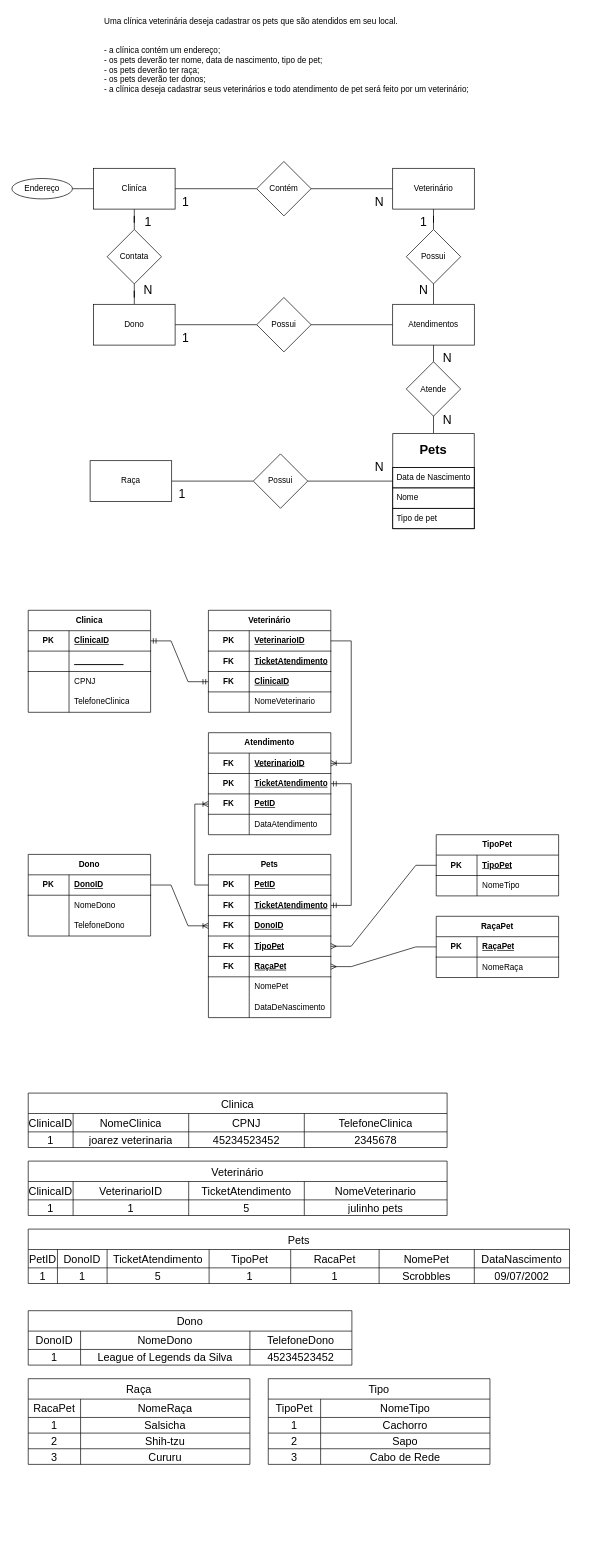
wenderdecastro/senai_sprint1_bd keeps this draw.io diagram as exercícios/1.3/1.3.drawio. Above is the earlier version. Source tidied: cells renumbered, new cells numbered last; positions are measured from the earlier drawing's top-left corner, leaving out a move shared by most shapes. Both pictures are drawn from the tidied source at 68%, with x=0, y=0 at pixel (-61, 12).
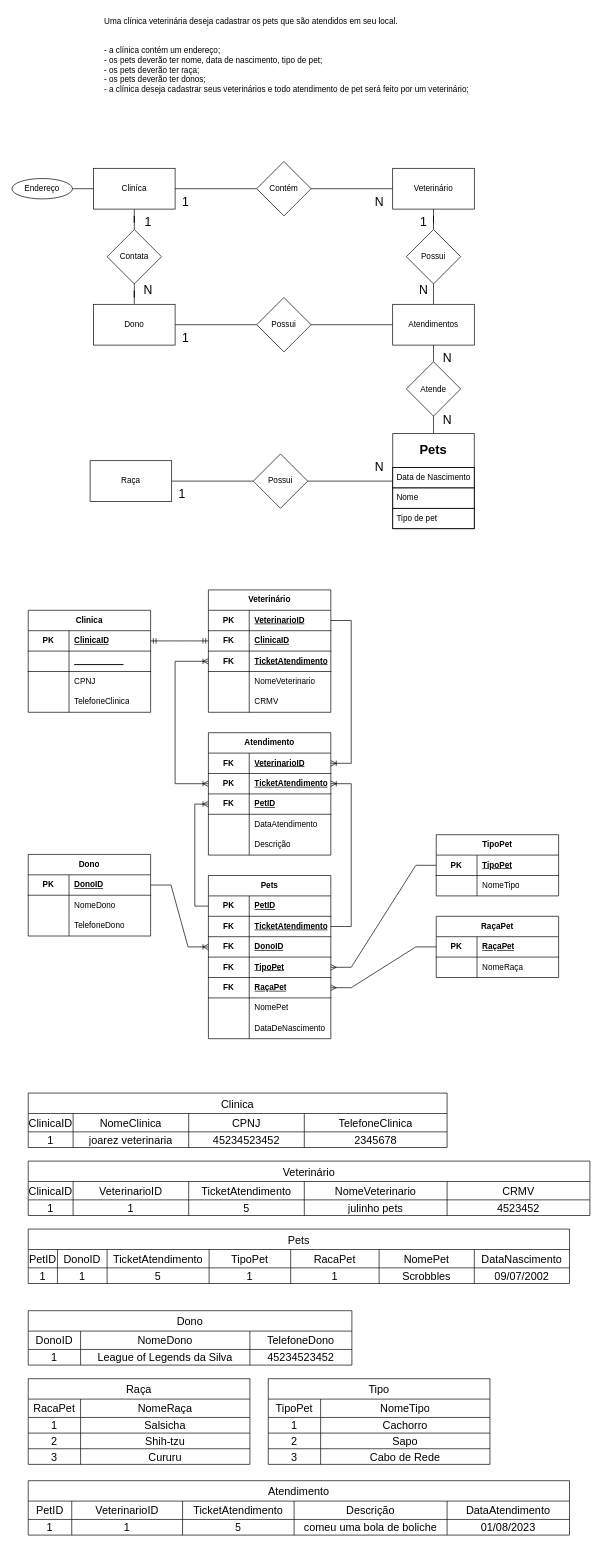
The same page after the edit.

Commit message:
Atividade finalizada

The change refers to these unchanged cells:
```xml
<mxCell id="78" style="shape=tableRow;horizontal=0;startSize=0;swimlaneHead=0;swimlaneBody=0;fillColor=none;points=[[0,0.5],[1,0.5]];portConstraint=eastwest;top=0;left=0;right=0;bottom=1;html=1;" parent="74" vertex="1">
  <mxGeometry y="60" width="180" height="30" as="geometry" />
</mxCell>
<mxCell id="118" style="shape=tableRow;horizontal=0;startSize=0;swimlaneHead=0;swimlaneBody=0;fillColor=none;points=[[0,0.5],[1,0.5]];portConstraint=eastwest;top=0;left=0;right=0;bottom=1;html=1;" parent="114" vertex="1">
  <mxGeometry y="60" width="180" height="30" as="geometry" />
</mxCell>
```

Diff of the diagram source:
```diff
@@
     <mxCell id="61" value="Veterinário" style="shape=table;startSize=30;childLayout=tableLayout;rowLines=0;fontStyle=1;align=center;html=1;whiteSpace=wrap;" parent="1" vertex="1">
-      <mxGeometry x="395" y="880" width="180" height="150" as="geometry" />
+      <mxGeometry x="395" y="850" width="180" height="180" as="geometry" />
     </mxCell>
@@
+    <mxCell id="68" style="shape=tableRow;horizontal=0;startSize=0;swimlaneHead=0;swimlaneBody=0;fillColor=none;points=[[0,0.5],[1,0.5]];portConstraint=eastwest;top=0;left=0;right=0;bottom=1;html=1;" parent="61" vertex="1">
+      <mxGeometry y="60" width="180" height="30" as="geometry" />
+    </mxCell>
+    <mxCell id="69" value="FK" style="shape=partialRectangle;fillColor=none;top=0;left=0;bottom=0;right=0;fontStyle=1;overflow=hidden;html=1;whiteSpace=wrap;" parent="68" vertex="1">
+      <mxGeometry width="60" height="30" as="geometry" />
+    </mxCell>
+    <mxCell id="70" value="ClinicaID" style="shape=partialRectangle;fillColor=none;top=0;left=0;bottom=0;right=0;align=left;spacingLeft=6;fontStyle=5;overflow=hidden;html=1;whiteSpace=wrap;" parent="68" vertex="1">
+      <mxGeometry x="60" width="120" height="30" as="geometry" />
+    </mxCell>
     <mxCell id="65" style="shape=tableRow;horizontal=0;startSize=0;swimlaneHead=0;swimlaneBody=0;fillColor=none;points=[[0,0.5],[1,0.5]];portConstraint=eastwest;top=0;left=0;right=0;bottom=1;html=1;" parent="61" vertex="1">
-      <mxGeometry y="60" width="180" height="30" as="geometry" />
+      <mxGeometry y="90" width="180" height="30" as="geometry" />
     </mxCell>
@@
-    <mxCell id="68" style="shape=tableRow;horizontal=0;startSize=0;swimlaneHead=0;swimlaneBody=0;fillColor=none;points=[[0,0.5],[1,0.5]];portConstraint=eastwest;top=0;left=0;right=0;bottom=1;html=1;" parent="61" vertex="1">
-      <mxGeometry y="90" width="180" height="30" as="geometry" />
-    </mxCell>
-    <mxCell id="69" value="FK" style="shape=partialRectangle;fillColor=none;top=0;left=0;bottom=0;right=0;fontStyle=1;overflow=hidden;html=1;whiteSpace=wrap;" parent="68" vertex="1">
-      <mxGeometry width="60" height="30" as="geometry" />
-    </mxCell>
-    <mxCell id="70" value="ClinicaID" style="shape=partialRectangle;fillColor=none;top=0;left=0;bottom=0;right=0;align=left;spacingLeft=6;fontStyle=5;overflow=hidden;html=1;whiteSpace=wrap;" parent="68" vertex="1">
-      <mxGeometry x="60" width="120" height="30" as="geometry" />
-    </mxCell>
@@
+    <mxCell id="209" style="shape=tableRow;horizontal=0;startSize=0;swimlaneHead=0;swimlaneBody=0;fillColor=none;top=0;left=0;right=0;bottom=0;html=1;" parent="61" vertex="1">
+      <mxGeometry y="150" width="180" height="30" as="geometry" />
+    </mxCell>
+    <mxCell id="210" style="shape=partialRectangle;fillColor=none;top=0;left=0;bottom=0;right=0;overflow=hidden;html=1;whiteSpace=wrap;" parent="209" vertex="1">
+      <mxGeometry width="60" height="30" as="geometry" />
+    </mxCell>
+    <mxCell id="211" value="CRMV" style="shape=partialRectangle;fillColor=none;top=0;left=0;bottom=0;right=0;align=left;spacingLeft=6;overflow=hidden;html=1;whiteSpace=wrap;" parent="209" vertex="1">
+      <mxGeometry x="60" width="120" height="30" as="geometry" />
+    </mxCell>
     <mxCell id="74" value="Pets" style="shape=table;startSize=30;childLayout=tableLayout;rowLines=0;fontStyle=1;align=center;html=1;whiteSpace=wrap;" parent="1" vertex="1">
-      <mxGeometry x="395" y="1239" width="180" height="240" as="geometry" />
+      <mxGeometry x="395" y="1270" width="180" height="240" as="geometry" />
     </mxCell>
@@
     <mxCell id="114" value="Atendimento" style="shape=table;startSize=30;childLayout=tableLayout;rowLines=0;fontStyle=1;align=center;html=1;whiteSpace=wrap;" parent="1" vertex="1">
-      <mxGeometry x="395" y="1060" width="180" height="150" as="geometry" />
+      <mxGeometry x="395" y="1060" width="180" height="180" as="geometry" />
     </mxCell>
@@
+    <mxCell id="212" style="shape=tableRow;horizontal=0;startSize=0;swimlaneHead=0;swimlaneBody=0;fillColor=none;top=0;left=0;right=0;bottom=0;html=1;" parent="114" vertex="1">
+      <mxGeometry y="150" width="180" height="30" as="geometry" />
+    </mxCell>
+    <mxCell id="213" style="shape=partialRectangle;fillColor=none;top=0;left=0;bottom=0;right=0;overflow=hidden;html=1;whiteSpace=wrap;" parent="212" vertex="1">
+      <mxGeometry width="60" height="30" as="geometry" />
+    </mxCell>
+    <mxCell id="214" value="Descrição" style="shape=partialRectangle;fillColor=none;top=0;left=0;bottom=0;right=0;align=left;spacingLeft=6;overflow=hidden;html=1;whiteSpace=wrap;" parent="212" vertex="1">
+      <mxGeometry x="60" width="120" height="30" as="geometry" />
+    </mxCell>
-    <mxCell id="127" style="edgeStyle=entityRelationEdgeStyle;fontSize=12;html=1;endArrow=ERmandOne;startArrow=ERmandOne;rounded=0;" parent="1" edge="1" source="78" target="118">
+    <mxCell id="127" style="edgeStyle=entityRelationEdgeStyle;fontSize=12;html=1;endArrow=ERoneToMany;startArrow=none;rounded=0;endFill=0;startFill=0;" parent="1" edge="1" source="78" target="118">
       <mxGeometry relative="1" as="geometry" />
     </mxCell>
@@
     <mxCell id="141" value="Veterinário" style="shape=table;startSize=30;childLayout=tableLayout;strokeColor=default;fontSize=16;" parent="1" vertex="1">
-      <mxGeometry x="130" y="1690" width="616" height="80" as="geometry" />
+      <mxGeometry x="130" y="1690" width="826" height="80" as="geometry" />
     </mxCell>
     <mxCell id="142" style="shape=tableRow;horizontal=0;startSize=0;swimlaneHead=0;swimlaneBody=0;strokeColor=inherit;top=0;left=0;bottom=0;right=0;fillColor=none;fontSize=16;" parent="141" vertex="1">
-      <mxGeometry y="30" width="616" height="27" as="geometry" />
+      <mxGeometry y="30" width="826" height="27" as="geometry" />
     </mxCell>
@@
+    <mxCell id="215" value="CRMV" style="shape=partialRectangle;html=1;whiteSpace=wrap;strokeColor=inherit;overflow=hidden;fillColor=none;top=0;left=0;bottom=0;right=0;fontSize=16;" parent="142" vertex="1">
+      <mxGeometry x="616" width="210" height="27" as="geometry" />
+    </mxCell>
     <mxCell id="147" style="shape=tableRow;horizontal=0;startSize=0;swimlaneHead=0;swimlaneBody=0;strokeColor=inherit;top=0;left=0;bottom=0;right=0;fillColor=none;fontSize=16;" parent="141" vertex="1">
-      <mxGeometry y="57" width="616" height="23" as="geometry" />
+      <mxGeometry y="57" width="826" height="23" as="geometry" />
     </mxCell>
@@
+    <mxCell id="216" value="4523452" style="shape=partialRectangle;html=1;whiteSpace=wrap;strokeColor=inherit;overflow=hidden;fillColor=none;top=0;left=0;bottom=0;right=0;fontSize=16;" parent="147" vertex="1">
+      <mxGeometry x="616" width="210" height="23" as="geometry" />
+    </mxCell>
@@
+    <mxCell id="217" style="edgeStyle=none;html=1;exitX=0;exitY=0.5;exitDx=0;exitDy=0;entryX=0;entryY=0.5;entryDx=0;entryDy=0;fontColor=#FFFFFF;endArrow=ERoneToMany;endFill=0;rounded=0;startArrow=ERoneToMany;startFill=0;" parent="1" edge="1" source="118" target="65">
+      <mxGeometry relative="1" as="geometry">
+        <Array as="points">
+          <mxPoint x="346" y="1135" />
+          <mxPoint x="346" y="955" />
+        </Array>
+      </mxGeometry>
+    </mxCell>
+    <mxCell id="218" value="Atendimento" style="shape=table;startSize=30;childLayout=tableLayout;strokeColor=default;fontSize=16;" parent="1" vertex="1">
+      <mxGeometry x="130" y="2160" width="796" height="80" as="geometry" />
+    </mxCell>
+    <mxCell id="219" style="shape=tableRow;horizontal=0;startSize=0;swimlaneHead=0;swimlaneBody=0;strokeColor=inherit;top=0;left=0;bottom=0;right=0;fillColor=none;fontSize=16;" parent="218" vertex="1">
+      <mxGeometry y="30" width="796" height="27" as="geometry" />
+    </mxCell>
+    <mxCell id="220" value="PetID" style="shape=partialRectangle;html=1;whiteSpace=wrap;strokeColor=inherit;overflow=hidden;fillColor=none;top=0;left=0;bottom=0;right=0;fontSize=16;" parent="219" vertex="1">
+      <mxGeometry width="64" height="27" as="geometry" />
+    </mxCell>
+    <mxCell id="221" value="VeterinarioID" style="shape=partialRectangle;html=1;whiteSpace=wrap;strokeColor=inherit;overflow=hidden;fillColor=none;top=0;left=0;bottom=0;right=0;fontSize=16;" parent="219" vertex="1">
+      <mxGeometry x="64" width="163" height="27" as="geometry" />
+    </mxCell>
+    <mxCell id="222" value="TicketAtendimento" style="shape=partialRectangle;html=1;whiteSpace=wrap;strokeColor=inherit;overflow=hidden;fillColor=none;top=0;left=0;bottom=0;right=0;fontSize=16;" parent="219" vertex="1">
+      <mxGeometry x="227" width="164" height="27" as="geometry" />
+    </mxCell>
+    <mxCell id="223" value="Descrição" style="shape=partialRectangle;html=1;whiteSpace=wrap;strokeColor=inherit;overflow=hidden;fillColor=none;top=0;left=0;bottom=0;right=0;fontSize=16;" parent="219" vertex="1">
+      <mxGeometry x="391" width="225" height="27" as="geometry" />
+    </mxCell>
+    <mxCell id="224" value="DataAtendimento" style="shape=partialRectangle;html=1;whiteSpace=wrap;strokeColor=inherit;overflow=hidden;fillColor=none;top=0;left=0;bottom=0;right=0;fontSize=16;" parent="219" vertex="1">
+      <mxGeometry x="616" width="180" height="27" as="geometry" />
+    </mxCell>
+    <mxCell id="225" style="shape=tableRow;horizontal=0;startSize=0;swimlaneHead=0;swimlaneBody=0;strokeColor=inherit;top=0;left=0;bottom=0;right=0;fillColor=none;fontSize=16;" parent="218" vertex="1">
+      <mxGeometry y="57" width="796" height="23" as="geometry" />
+    </mxCell>
+    <mxCell id="226" value="1" style="shape=partialRectangle;html=1;whiteSpace=wrap;strokeColor=inherit;overflow=hidden;fillColor=none;top=0;left=0;bottom=0;right=0;fontSize=16;" parent="225" vertex="1">
+      <mxGeometry width="64" height="23" as="geometry" />
+    </mxCell>
+    <mxCell id="227" value="1" style="shape=partialRectangle;html=1;whiteSpace=wrap;strokeColor=inherit;overflow=hidden;fillColor=none;top=0;left=0;bottom=0;right=0;fontSize=16;" parent="225" vertex="1">
+      <mxGeometry x="64" width="163" height="23" as="geometry" />
+    </mxCell>
+    <mxCell id="228" value="5" style="shape=partialRectangle;html=1;whiteSpace=wrap;strokeColor=inherit;overflow=hidden;fillColor=none;top=0;left=0;bottom=0;right=0;fontSize=16;" parent="225" vertex="1">
+      <mxGeometry x="227" width="164" height="23" as="geometry" />
+    </mxCell>
+    <mxCell id="229" value="comeu uma bola de boliche" style="shape=partialRectangle;html=1;whiteSpace=wrap;strokeColor=inherit;overflow=hidden;fillColor=none;top=0;left=0;bottom=0;right=0;fontSize=16;" parent="225" vertex="1">
+      <mxGeometry x="391" width="225" height="23" as="geometry" />
+    </mxCell>
+    <mxCell id="230" value="01/08/2023" style="shape=partialRectangle;html=1;whiteSpace=wrap;strokeColor=inherit;overflow=hidden;fillColor=none;top=0;left=0;bottom=0;right=0;fontSize=16;" parent="225" vertex="1">
+      <mxGeometry x="616" width="180" height="23" as="geometry" />
+    </mxCell>
```
